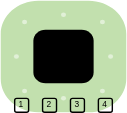
Above: Demo.drawio.svg in knotty-code/ether-forge (draw.io), before the change. Source tidied: cells renumbered, new cells last; positions are measured from the earlier drawing's top-left corner, leaving out a move shared by most shapes. Source of this version:
```xml
<mxGraphModel>
  <root>
    <mxCell id="0" />
    <mxCell id="1" parent="0" />
    <mxCell id="2" style="verticalLabelPosition=bottom;sketch=0;html=1;verticalAlign=top;align=center;shape=mxgraph.cisco_safe.compositeIcon;bgIcon=mxgraph.cisco_safe.architecture.generic_appliance;resIcon=mxgraph.cisco_safe.architecture.l3_switch;fillColor=none;" parent="1" vertex="1">
      <mxGeometry width="90" height="80" as="geometry" />
    </mxCell>
    <mxCell id="3" value="&lt;div style=&quot;&quot;&gt;&lt;span style=&quot;font-size: 6px; background-color: transparent; color: light-dark(rgb(0, 0, 0), rgb(255, 255, 255)); line-height: 70%;&quot;&gt;4&lt;/span&gt;&lt;/div&gt;" style="rounded=1;whiteSpace=wrap;html=1;align=center;verticalAlign=middle;horizontal=1;fontStyle=0;convertToSvg=0;spacingTop=-4;fillColor=none;" parent="1" vertex="1">
      <mxGeometry x="70" y="70" width="10" height="10" as="geometry" />
    </mxCell>
    <mxCell id="4" value="&lt;div style=&quot;&quot;&gt;&lt;span style=&quot;font-size: 6px; background-color: transparent; color: light-dark(rgb(0, 0, 0), rgb(255, 255, 255)); line-height: 70%;&quot;&gt;1&lt;/span&gt;&lt;/div&gt;" style="rounded=1;whiteSpace=wrap;html=1;align=center;verticalAlign=middle;horizontal=1;fontStyle=0;convertToSvg=0;spacingTop=-4;fillColor=none;" parent="1" vertex="1">
      <mxGeometry x="10" y="70" width="10" height="10" as="geometry" />
    </mxCell>
    <mxCell id="5" value="&lt;div style=&quot;&quot;&gt;&lt;span style=&quot;font-size: 6px; background-color: transparent; color: light-dark(rgb(0, 0, 0), rgb(255, 255, 255)); line-height: 70%;&quot;&gt;2&lt;/span&gt;&lt;/div&gt;" style="rounded=1;whiteSpace=wrap;html=1;align=center;verticalAlign=middle;horizontal=1;fontStyle=0;convertToSvg=0;spacingTop=-4;fillColor=none;" parent="1" vertex="1">
      <mxGeometry x="30" y="70" width="10" height="10" as="geometry" />
    </mxCell>
    <mxCell id="6" value="&lt;div style=&quot;&quot;&gt;&lt;span style=&quot;font-size: 6px; background-color: transparent; color: light-dark(rgb(0, 0, 0), rgb(255, 255, 255)); line-height: 70%;&quot;&gt;3&lt;/span&gt;&lt;/div&gt;" style="rounded=1;whiteSpace=wrap;html=1;align=center;verticalAlign=middle;horizontal=1;fontStyle=0;convertToSvg=0;spacingTop=-4;fillColor=none;" parent="1" vertex="1">
      <mxGeometry x="50" y="70" width="10" height="10" as="geometry" />
    </mxCell>
  </root>
</mxGraphModel>
```
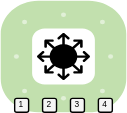
After the change.

Commit message:
testing switch symbol look

Change to the diagram source:
```diff
@@ -2,19 +2,19 @@
   <root>
     <mxCell id="0" />
     <mxCell id="1" parent="0" />
-    <mxCell id="2" style="verticalLabelPosition=bottom;sketch=0;html=1;verticalAlign=top;align=center;shape=mxgraph.cisco_safe.compositeIcon;bgIcon=mxgraph.cisco_safe.architecture.generic_appliance;resIcon=mxgraph.cisco_safe.architecture.l3_switch;fillColor=none;" parent="1" vertex="1">
+    <mxCell id="2" style="verticalLabelPosition=bottom;sketch=0;html=1;verticalAlign=top;align=center;shape=mxgraph.cisco_safe.compositeIcon;bgIcon=mxgraph.cisco_safe.architecture.generic_appliance;resIcon=mxgraph.cisco_safe.architecture.l3_switch;" parent="1" vertex="1">
       <mxGeometry width="90" height="80" as="geometry" />
     </mxCell>
-    <mxCell id="3" value="&lt;div style=&quot;&quot;&gt;&lt;span style=&quot;font-size: 6px; background-color: transparent; color: light-dark(rgb(0, 0, 0), rgb(255, 255, 255)); line-height: 70%;&quot;&gt;4&lt;/span&gt;&lt;/div&gt;" style="rounded=1;whiteSpace=wrap;html=1;align=center;verticalAlign=middle;horizontal=1;fontStyle=0;convertToSvg=0;spacingTop=-4;fillColor=none;" parent="1" vertex="1">
+    <mxCell id="3" value="&lt;div style=&quot;&quot;&gt;&lt;span style=&quot;font-size: 6px; background-color: transparent; color: light-dark(rgb(0, 0, 0), rgb(255, 255, 255)); line-height: 70%;&quot;&gt;4&lt;/span&gt;&lt;/div&gt;" style="rounded=1;whiteSpace=wrap;html=1;align=center;verticalAlign=middle;horizontal=1;fontStyle=0;convertToSvg=0;spacingTop=-4;fillColor=#f5f5f5;fontColor=#333333;strokeColor=light-dark(#000000, #959595);" parent="1" vertex="1">
       <mxGeometry x="70" y="70" width="10" height="10" as="geometry" />
     </mxCell>
-    <mxCell id="4" value="&lt;div style=&quot;&quot;&gt;&lt;span style=&quot;font-size: 6px; background-color: transparent; color: light-dark(rgb(0, 0, 0), rgb(255, 255, 255)); line-height: 70%;&quot;&gt;1&lt;/span&gt;&lt;/div&gt;" style="rounded=1;whiteSpace=wrap;html=1;align=center;verticalAlign=middle;horizontal=1;fontStyle=0;convertToSvg=0;spacingTop=-4;fillColor=none;" parent="1" vertex="1">
+    <mxCell id="4" value="&lt;div style=&quot;&quot;&gt;&lt;span style=&quot;font-size: 6px; background-color: transparent; color: light-dark(rgb(0, 0, 0), rgb(255, 255, 255)); line-height: 70%;&quot;&gt;1&lt;/span&gt;&lt;/div&gt;" style="rounded=1;whiteSpace=wrap;html=1;align=center;verticalAlign=middle;horizontal=1;fontStyle=0;convertToSvg=0;spacingTop=-4;fillColor=#f5f5f5;fontColor=#333333;strokeColor=light-dark(#000000, #959595);" parent="1" vertex="1">
       <mxGeometry x="10" y="70" width="10" height="10" as="geometry" />
     </mxCell>
-    <mxCell id="5" value="&lt;div style=&quot;&quot;&gt;&lt;span style=&quot;font-size: 6px; background-color: transparent; color: light-dark(rgb(0, 0, 0), rgb(255, 255, 255)); line-height: 70%;&quot;&gt;2&lt;/span&gt;&lt;/div&gt;" style="rounded=1;whiteSpace=wrap;html=1;align=center;verticalAlign=middle;horizontal=1;fontStyle=0;convertToSvg=0;spacingTop=-4;fillColor=none;" parent="1" vertex="1">
+    <mxCell id="5" value="&lt;div style=&quot;&quot;&gt;&lt;span style=&quot;font-size: 6px; background-color: transparent; color: light-dark(rgb(0, 0, 0), rgb(255, 255, 255)); line-height: 70%;&quot;&gt;2&lt;/span&gt;&lt;/div&gt;" style="rounded=1;whiteSpace=wrap;html=1;align=center;verticalAlign=middle;horizontal=1;fontStyle=0;convertToSvg=0;spacingTop=-4;fillColor=#f5f5f5;fontColor=#333333;strokeColor=light-dark(#000000, #959595);" parent="1" vertex="1">
       <mxGeometry x="30" y="70" width="10" height="10" as="geometry" />
     </mxCell>
-    <mxCell id="6" value="&lt;div style=&quot;&quot;&gt;&lt;span style=&quot;font-size: 6px; background-color: transparent; color: light-dark(rgb(0, 0, 0), rgb(255, 255, 255)); line-height: 70%;&quot;&gt;3&lt;/span&gt;&lt;/div&gt;" style="rounded=1;whiteSpace=wrap;html=1;align=center;verticalAlign=middle;horizontal=1;fontStyle=0;convertToSvg=0;spacingTop=-4;fillColor=none;" parent="1" vertex="1">
+    <mxCell id="6" value="&lt;div style=&quot;&quot;&gt;&lt;span style=&quot;font-size: 6px; background-color: transparent; color: light-dark(rgb(0, 0, 0), rgb(255, 255, 255)); line-height: 70%;&quot;&gt;3&lt;/span&gt;&lt;/div&gt;" style="rounded=1;whiteSpace=wrap;html=1;align=center;verticalAlign=middle;horizontal=1;fontStyle=0;convertToSvg=0;spacingTop=-4;fillColor=#f5f5f5;fontColor=#333333;strokeColor=light-dark(#000000, #959595);" parent="1" vertex="1">
       <mxGeometry x="50" y="70" width="10" height="10" as="geometry" />
     </mxCell>
   </root>
```
